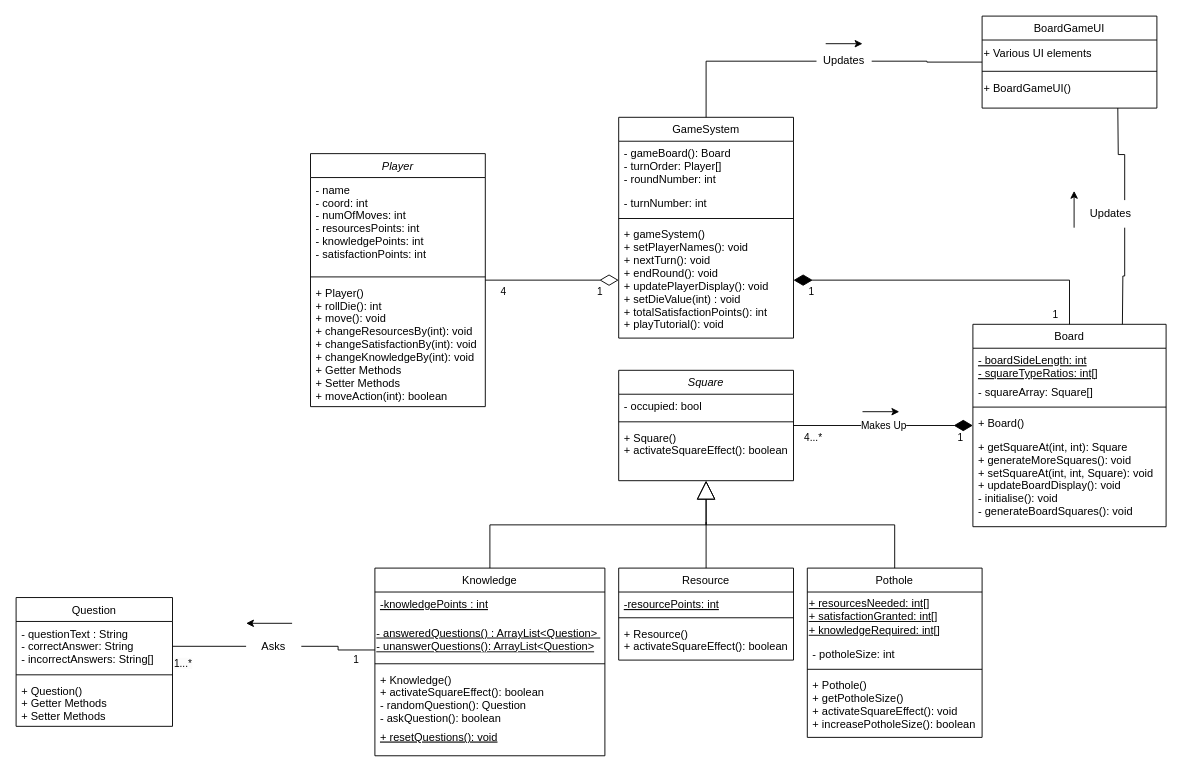
Above: Deliverables/Semester 1/PDF Report/Diagrams/UML_Class_Diagram.drawio in Xelodico/engineers-without-borders (draw.io), before the change. Source tidied: cells renumbered, new cells numbered last; positions are measured from the earlier drawing's top-left corner, leaving out a move shared by most shapes. Both pictures are drawn from the tidied source at 92%, with x=0, y=0 at pixel (16, 16).
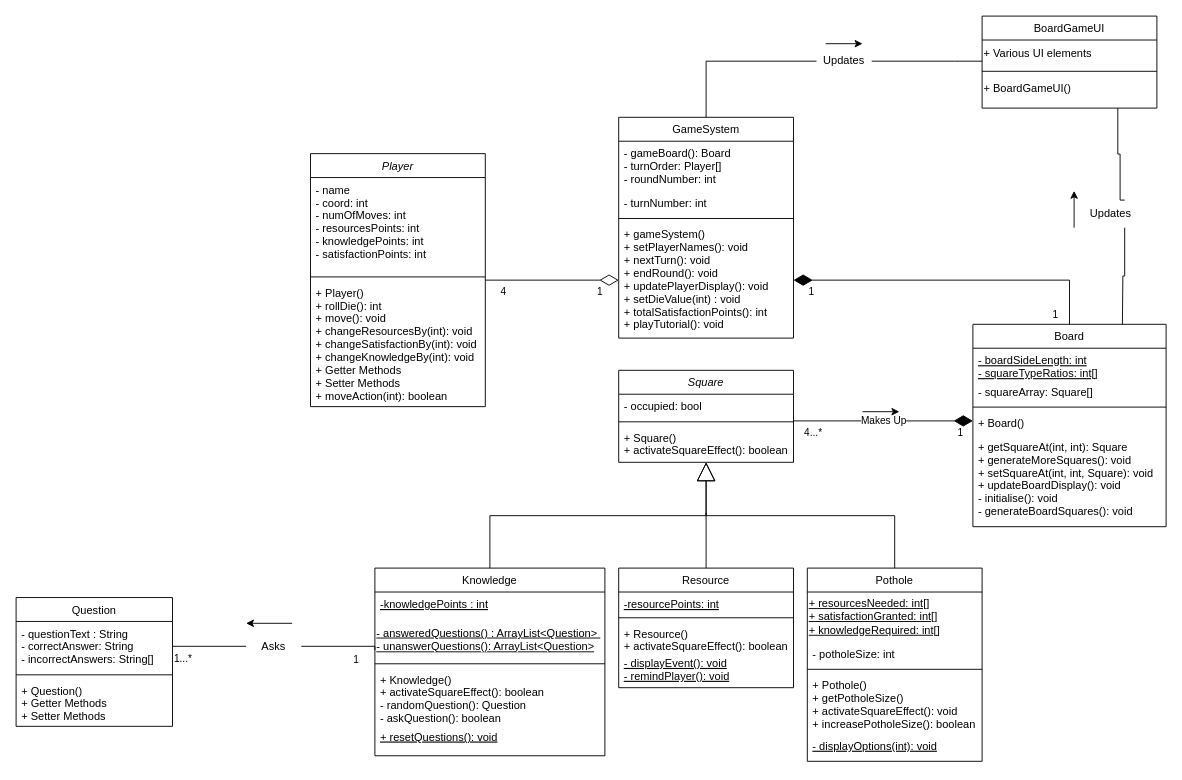
The same diagram, later.

Unchanged cells that the change refers to:
```xml
<mxCell id="8" value="&lt;u&gt;- answeredQuestions() : ArrayList&amp;lt;Question&amp;gt;&amp;nbsp;&lt;/u&gt;&lt;div&gt;&lt;u&gt;- unanswerQuestions(): ArrayList&amp;lt;Question&amp;gt;&lt;/u&gt;&lt;/div&gt;" style="text;html=1;align=left;verticalAlign=middle;whiteSpace=wrap;rounded=0;" parent="6" vertex="1">
  <mxGeometry y="56" width="250" height="44" as="geometry" />
</mxCell>
<mxCell id="19" value="Board" style="swimlane;fontStyle=0;align=center;verticalAlign=top;horizontal=1;startSize=26;rounded=0;shadow=0;strokeWidth=1;" parent="1" vertex="1">
  <mxGeometry x="1040" y="335" width="210" height="220" as="geometry" />
</mxCell>
<mxCell id="51" value="BoardGameUI" style="swimlane;fontStyle=0;align=center;verticalAlign=top;horizontal=1;startSize=26;rounded=0;shadow=0;strokeWidth=1;" parent="1" vertex="1">
  <mxGeometry x="1050" width="190" height="100" as="geometry" />
</mxCell>
<mxCell id="57" value="Updates" style="text;html=1;align=center;verticalAlign=middle;whiteSpace=wrap;rounded=0;" parent="1" vertex="1">
  <mxGeometry x="870" y="34" width="60" height="30" as="geometry" />
</mxCell>
<mxCell id="60" value="Updates" style="text;html=1;align=center;verticalAlign=middle;whiteSpace=wrap;rounded=0;" parent="1" vertex="1">
  <mxGeometry x="1160" y="200" width="60" height="30" as="geometry" />
</mxCell>
<mxCell id="65" value="Asks" style="text;html=1;align=center;verticalAlign=middle;whiteSpace=wrap;rounded=0;" parent="1" vertex="1">
  <mxGeometry x="250" y="670" width="60" height="30" as="geometry" />
</mxCell>
```

The edit, as a diff of the source:
```diff
@@
     <mxCell id="2" value="Square" style="swimlane;fontStyle=2;align=center;verticalAlign=top;horizontal=1;startSize=26;rounded=0;shadow=0;strokeWidth=1;" parent="1" vertex="1">
-      <mxGeometry x="655" y="385" width="190" height="120" as="geometry" />
+      <mxGeometry x="655" y="385" width="190" height="100" as="geometry" />
     </mxCell>
@@
     <mxCell id="13" value="Pothole" style="swimlane;fontStyle=0;align=center;verticalAlign=top;horizontal=1;startSize=26;rounded=0;shadow=0;strokeWidth=1;" parent="1" vertex="1">
-      <mxGeometry x="860" y="600" width="190" height="184" as="geometry" />
+      <mxGeometry x="860" y="600" width="190" height="210" as="geometry" />
     </mxCell>
@@
     <mxCell id="17" value="+ Pothole()&#10;+ getPotholeSize()&#10;+ activateSquareEffect(): void&#10;+ increasePotholeSize(): boolean" style="text;align=left;verticalAlign=top;spacingLeft=4;spacingRight=4;overflow=hidden;" parent="13" vertex="1">
-      <mxGeometry y="114" width="190" height="70" as="geometry" />
+      <mxGeometry y="114" width="190" height="66" as="geometry" />
     </mxCell>
+    <mxCell id="71" value="- displayOptions(int): void" style="text;align=left;verticalAlign=top;spacingLeft=4;spacingRight=4;overflow=hidden;fontStyle=4;" parent="13" vertex="1">
+      <mxGeometry y="180" width="190" height="30" as="geometry" />
+    </mxCell>
@@
     <mxCell id="25" value="Resource" style="swimlane;fontStyle=0;align=center;verticalAlign=top;horizontal=1;startSize=26;rounded=0;shadow=0;strokeWidth=1;" parent="1" vertex="1">
-      <mxGeometry x="655" y="600" width="190" height="100" as="geometry" />
+      <mxGeometry x="655" y="600" width="190" height="130" as="geometry" />
     </mxCell>
@@
-    <mxCell id="28" value="+ Resource()&#10;+ activateSquareEffect(): boolean" style="text;align=left;verticalAlign=top;spacingLeft=4;spacingRight=4;overflow=hidden;" parent="25" vertex="1">
-      <mxGeometry y="58" width="190" height="40" as="geometry" />
+    <mxCell id="28" value="+ Resource()&#10;+ activateSquareEffect(): boolean" style="text;align=left;verticalAlign=top;spacingLeft=4;spacingRight=4;overflow=hidden;fontStyle=0;" parent="25" vertex="1">
+      <mxGeometry y="58" width="190" height="32" as="geometry" />
     </mxCell>
+    <mxCell id="72" value="- displayEvent(): void&#10;- remindPlayer(): void" style="text;align=left;verticalAlign=top;spacingLeft=4;spacingRight=4;overflow=hidden;fontStyle=4;" parent="25" vertex="1">
+      <mxGeometry y="90" width="190" height="40" as="geometry" />
+    </mxCell>
     <mxCell id="29" style="endArrow=none;html=1;rounded=0;exitX=0.5;exitY=0;exitDx=0;exitDy=0;" parent="1" edge="1" source="25">
       <mxGeometry relative="1" as="geometry">
-        <mxPoint x="750" y="550" as="targetPoint" />
+        <mxPoint x="750" y="540" as="targetPoint" />
       </mxGeometry>
     </mxCell>
     <mxCell id="30" value="Makes Up" style="endArrow=diamondThin;html=1;endSize=18;startArrow=none;startSize=18;startFill=0;edgeStyle=orthogonalEdgeStyle;rounded=0;endFill=1;" parent="1" edge="1" source="2" target="19">
-      <mxGeometry relative="1" as="geometry" />
+      <mxGeometry relative="1" as="geometry">
+        <Array as="points">
+          <mxPoint x="890" y="440" />
+          <mxPoint x="890" y="440" />
+        </Array>
+      </mxGeometry>
     </mxCell>
@@
     <mxCell id="42" style="edgeStyle=orthogonalEdgeStyle;rounded=0;jettySize=auto;html=1;exitX=1;exitY=0.5;exitDx=0;exitDy=0;entryX=0;entryY=0.75;entryDx=0;entryDy=0;endArrow=none;endFill=0;" parent="1" edge="1" source="65" target="8">
-      <mxGeometry relative="1" as="geometry" />
+      <mxGeometry relative="1" as="geometry">
+        <Array as="points">
+          <mxPoint x="390" y="685" />
+        </Array>
+      </mxGeometry>
     </mxCell>
@@
     <mxCell id="55" style="endArrow=none;html=1;rounded=0;entryX=0.75;entryY=1;entryDx=0;entryDy=0;exitX=0.75;exitY=0;exitDx=0;exitDy=0;edgeStyle=orthogonalEdgeStyle;" parent="1" edge="1" source="60">
       <mxGeometry relative="1" as="geometry">
         <mxPoint x="1197.5" y="100" as="targetPoint" />
+        <Array as="points">
+          <mxPoint x="1200" y="200" />
+          <mxPoint x="1200" y="150" />
+          <mxPoint x="1198" y="150" />
+        </Array>
       </mxGeometry>
     </mxCell>
     <mxCell id="56" style="edgeStyle=orthogonalEdgeStyle;rounded=0;jettySize=auto;html=1;entryX=1;entryY=0.5;entryDx=0;entryDy=0;endArrow=none;endFill=0;" parent="1" edge="1" source="51" target="57">
-      <mxGeometry relative="1" as="geometry" />
+      <mxGeometry relative="1" as="geometry">
+        <Array as="points">
+          <mxPoint x="1020" y="49" />
+          <mxPoint x="1020" y="49" />
+        </Array>
+      </mxGeometry>
     </mxCell>
@@
     <mxCell id="69" value="&lt;span style=&quot;color: rgb(0, 0, 0); font-family: Helvetica; font-size: 11px; font-style: normal; font-variant-ligatures: normal; font-variant-caps: normal; font-weight: 400; letter-spacing: normal; orphans: 2; text-align: center; text-indent: 0px; text-transform: none; widows: 2; word-spacing: 0px; -webkit-text-stroke-width: 0px; white-space: normal; background-color: rgb(251, 251, 251); text-decoration-thickness: initial; text-decoration-style: initial; text-decoration-color: initial; display: inline !important; float: none;&quot;&gt;1...*&lt;/span&gt;" style="text;whiteSpace=wrap;html=1;" parent="1" vertex="1">
-      <mxGeometry x="170" y="690" width="40" height="40" as="geometry" />
+      <mxGeometry x="170" y="685" width="40" height="40" as="geometry" />
     </mxCell>
```
